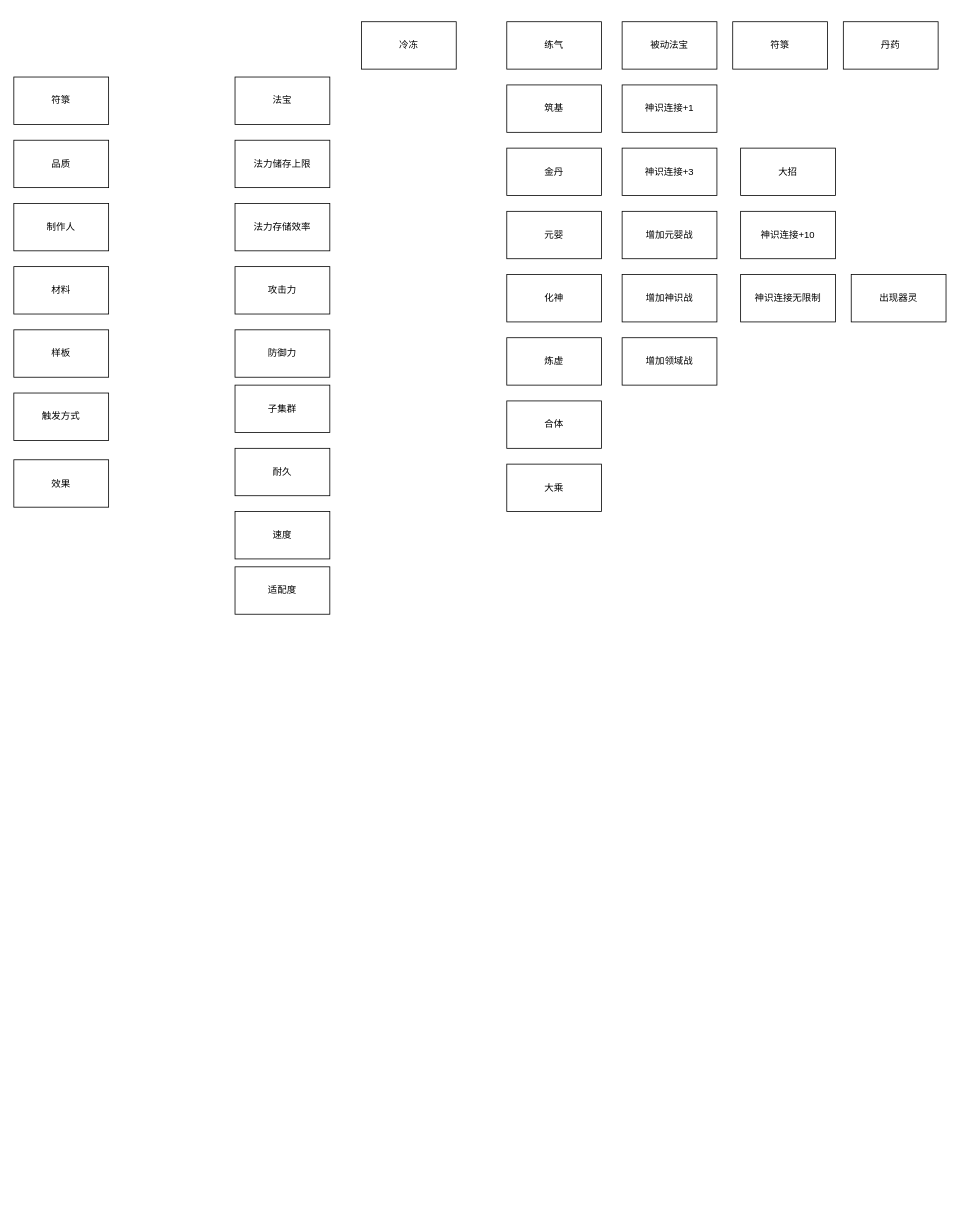
Above: page "第 5 页" (5 of 6) of 流程图/蟋蟀玩法分析.drawio in Karmel5950/NoteBook (draw.io), before the change. Source tidied: cells renumbered, new cells numbered last; positions are measured from the earlier drawing's top-left corner, leaving out a move shared by most shapes. Both pictures are drawn from the tidied source at 79%, with x=0, y=0 at pixel (13, 21).
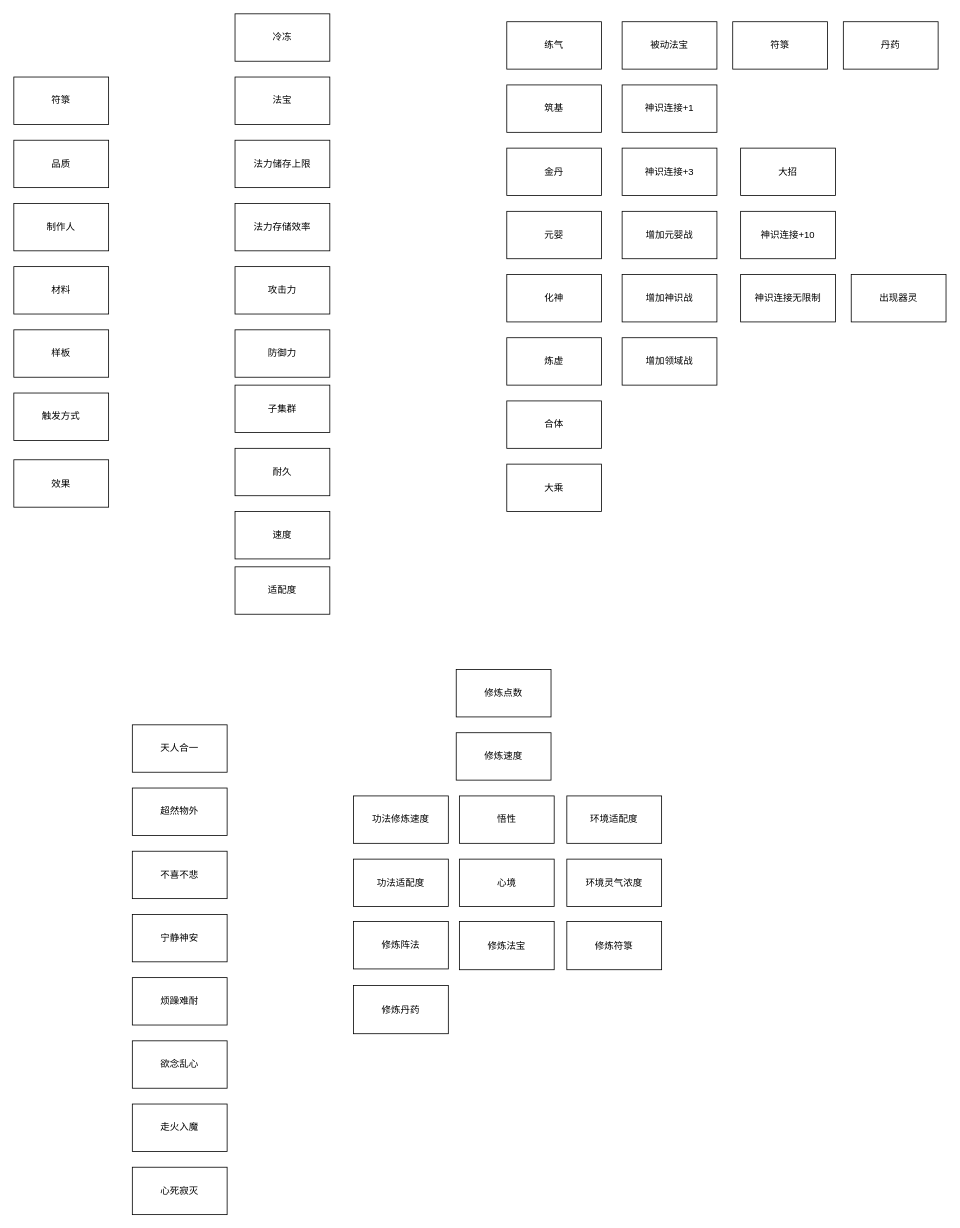
The same diagram, later.

The edit, as a diff of the source:
```diff
@@
     <mxCell id="38" value="冷冻" style="rounded=0;whiteSpace=wrap;html=1;" parent="1" vertex="1">
-      <mxGeometry x="440" width="120" height="60" as="geometry" />
+      <mxGeometry x="280" y="-10" width="120" height="60" as="geometry" />
     </mxCell>
+    <mxCell id="39" value="修炼点数" style="rounded=0;whiteSpace=wrap;html=1;" parent="1" vertex="1">
+      <mxGeometry x="560" y="820" width="120" height="60" as="geometry" />
+    </mxCell>
+    <mxCell id="40" value="修炼速度" style="rounded=0;whiteSpace=wrap;html=1;" parent="1" vertex="1">
+      <mxGeometry x="560" y="900" width="120" height="60" as="geometry" />
+    </mxCell>
+    <mxCell id="41" value="功法修炼速度" style="rounded=0;whiteSpace=wrap;html=1;" parent="1" vertex="1">
+      <mxGeometry x="430" y="980" width="120" height="60" as="geometry" />
+    </mxCell>
+    <mxCell id="42" value="悟性" style="rounded=0;whiteSpace=wrap;html=1;" parent="1" vertex="1">
+      <mxGeometry x="564" y="980" width="120" height="60" as="geometry" />
+    </mxCell>
+    <mxCell id="43" value="功法适配度" style="rounded=0;whiteSpace=wrap;html=1;" parent="1" vertex="1">
+      <mxGeometry x="430" y="1060" width="120" height="60" as="geometry" />
+    </mxCell>
+    <mxCell id="44" value="环境适配度" style="rounded=0;whiteSpace=wrap;html=1;" parent="1" vertex="1">
+      <mxGeometry x="700" y="980" width="120" height="60" as="geometry" />
+    </mxCell>
+    <mxCell id="45" value="环境灵气浓度" style="rounded=0;whiteSpace=wrap;html=1;" parent="1" vertex="1">
+      <mxGeometry x="700" y="1060" width="120" height="60" as="geometry" />
+    </mxCell>
+    <mxCell id="46" value="心境" style="rounded=0;whiteSpace=wrap;html=1;" parent="1" vertex="1">
+      <mxGeometry x="564" y="1060" width="120" height="60" as="geometry" />
+    </mxCell>
+    <mxCell id="47" value="修炼阵法" style="rounded=0;whiteSpace=wrap;html=1;" parent="1" vertex="1">
+      <mxGeometry x="430" y="1139" width="120" height="60" as="geometry" />
+    </mxCell>
+    <mxCell id="48" value="修炼法宝" style="rounded=0;whiteSpace=wrap;html=1;" parent="1" vertex="1">
+      <mxGeometry x="564" y="1139" width="120" height="61" as="geometry" />
+    </mxCell>
+    <mxCell id="49" value="修炼符箓" style="rounded=0;whiteSpace=wrap;html=1;" parent="1" vertex="1">
+      <mxGeometry x="700" y="1139" width="120" height="61" as="geometry" />
+    </mxCell>
+    <mxCell id="50" value="修炼丹药" style="rounded=0;whiteSpace=wrap;html=1;" parent="1" vertex="1">
+      <mxGeometry x="430" y="1220" width="120" height="61" as="geometry" />
+    </mxCell>
+    <mxCell id="51" value="天人合一" style="rounded=0;whiteSpace=wrap;html=1;" parent="1" vertex="1">
+      <mxGeometry x="150" y="890" width="120" height="60" as="geometry" />
+    </mxCell>
+    <mxCell id="52" value="超然物外" style="rounded=0;whiteSpace=wrap;html=1;" parent="1" vertex="1">
+      <mxGeometry x="150" y="970" width="120" height="60" as="geometry" />
+    </mxCell>
+    <mxCell id="53" value="不喜不悲" style="rounded=0;whiteSpace=wrap;html=1;" parent="1" vertex="1">
+      <mxGeometry x="150" y="1050" width="120" height="60" as="geometry" />
+    </mxCell>
+    <mxCell id="54" value="宁静神安" style="rounded=0;whiteSpace=wrap;html=1;" parent="1" vertex="1">
+      <mxGeometry x="150" y="1130" width="120" height="60" as="geometry" />
+    </mxCell>
+    <mxCell id="55" value="走火入魔" style="rounded=0;whiteSpace=wrap;html=1;" parent="1" vertex="1">
+      <mxGeometry x="150" y="1370" width="120" height="60" as="geometry" />
+    </mxCell>
+    <mxCell id="56" value="烦躁难耐" style="rounded=0;whiteSpace=wrap;html=1;" parent="1" vertex="1">
+      <mxGeometry x="150" y="1210" width="120" height="60" as="geometry" />
+    </mxCell>
+    <mxCell id="57" value="欲念乱心" style="rounded=0;whiteSpace=wrap;html=1;" parent="1" vertex="1">
+      <mxGeometry x="150" y="1290" width="120" height="60" as="geometry" />
+    </mxCell>
+    <mxCell id="58" value="心死寂灭" style="rounded=0;whiteSpace=wrap;html=1;" parent="1" vertex="1">
+      <mxGeometry x="150" y="1450" width="120" height="60" as="geometry" />
+    </mxCell>
```
